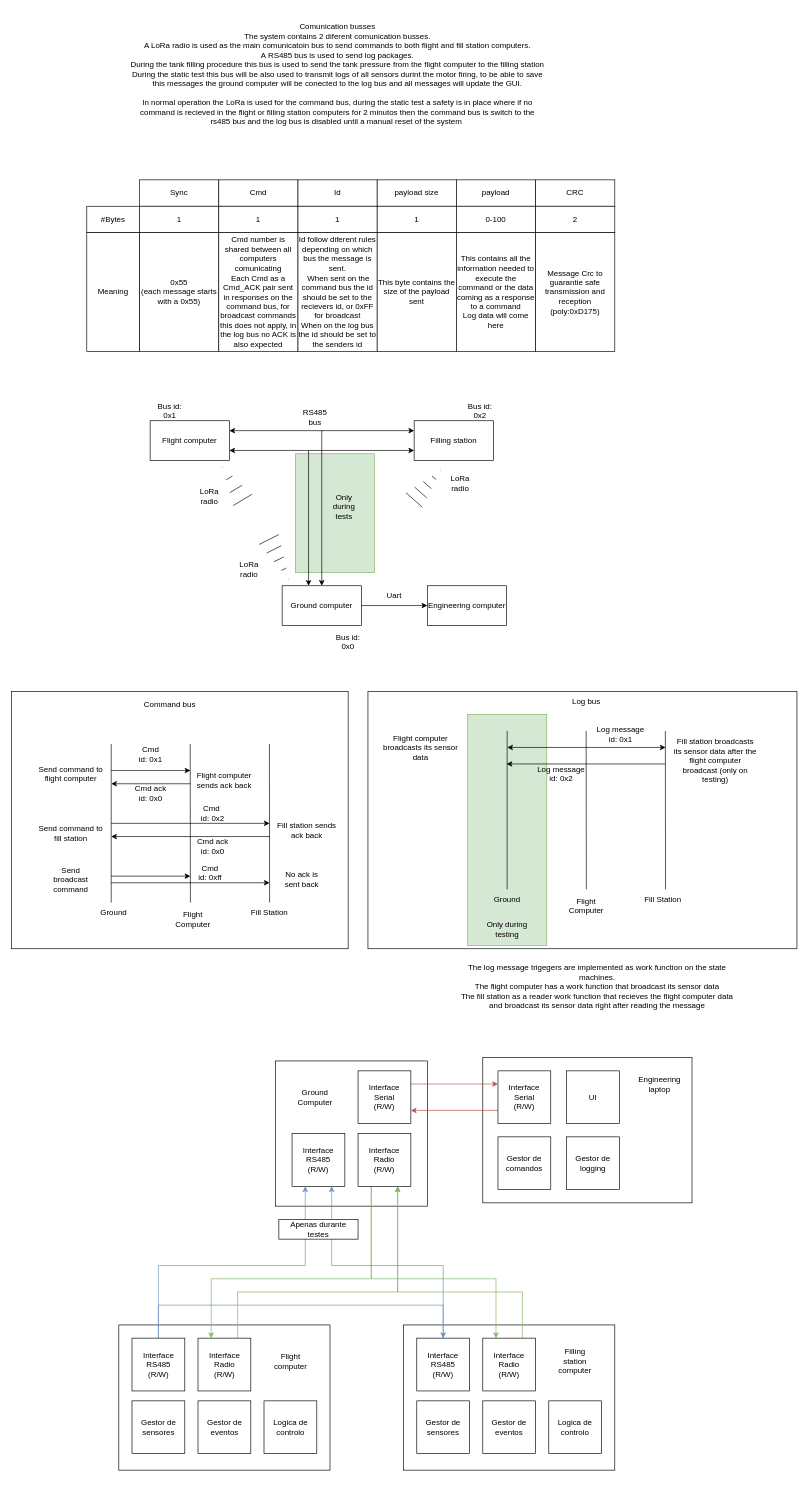
Earlier version of the draw.io diagram page "Fluxo" (2 of 6) of SupportingDocs/EmbededT1.drawio (dvalnn/INV2_Firmware). Source tidied: cells renumbered, new cells numbered last; positions are measured from the earlier drawing's top-left corner, leaving out a move shared by most shapes. Both pictures are drawn from the tidied source at 66%, with x=0, y=0 at pixel (11, 11).
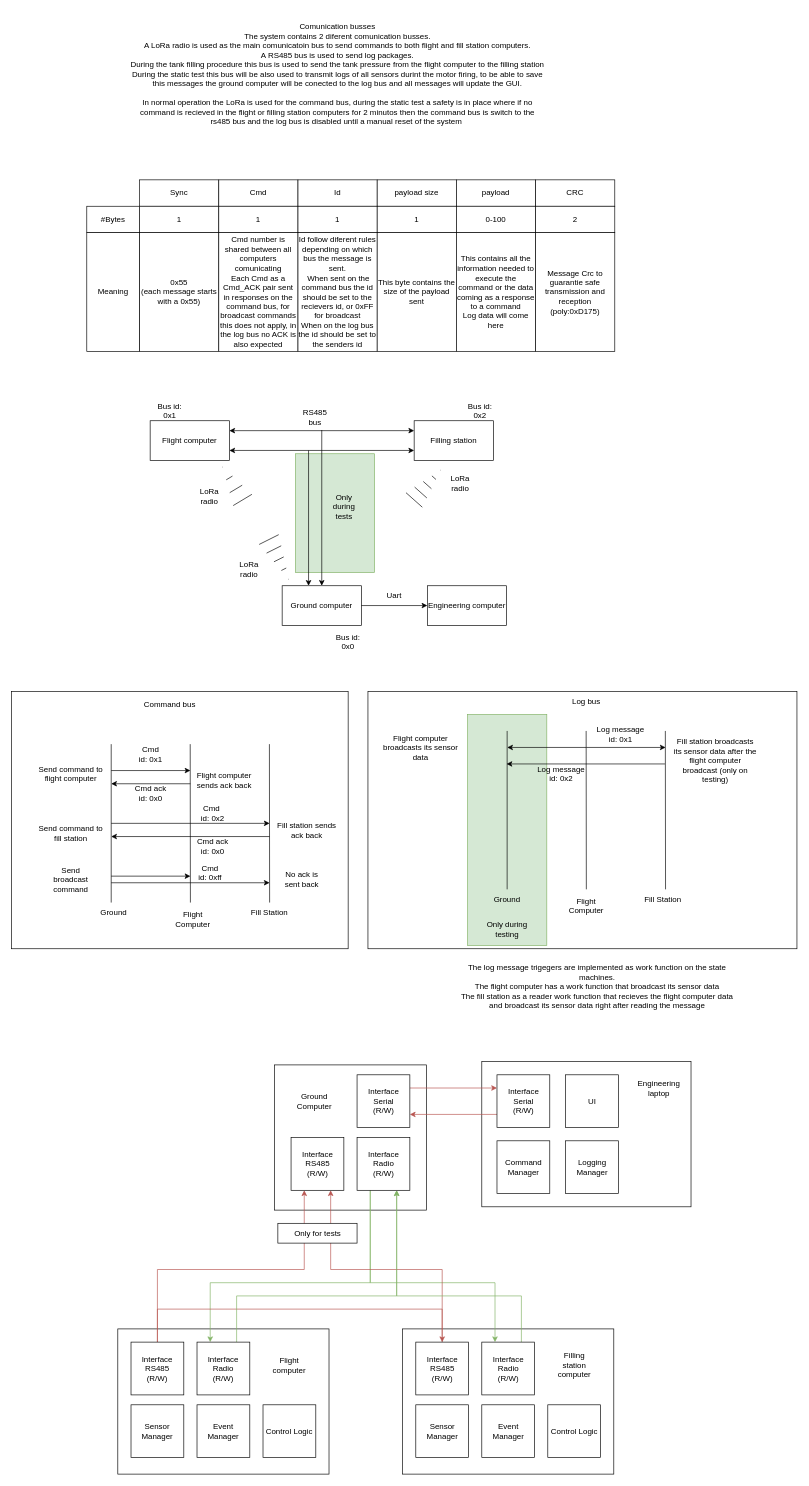
The same page after the edit.

Change to the diagram source:
```diff
@@
     <mxCell id="2" style="rounded=0;whiteSpace=wrap;html=1;" parent="1" vertex="1">
-      <mxGeometry x="714" y="1585" width="317" height="220" as="geometry" />
+      <mxGeometry x="712.5" y="1591" width="317" height="220" as="geometry" />
     </mxCell>
     <mxCell id="3" style="rounded=0;whiteSpace=wrap;html=1;" parent="1" vertex="1">
-      <mxGeometry x="594" y="1990" width="320" height="220" as="geometry" />
+      <mxGeometry x="592.5" y="1996" width="320" height="220" as="geometry" />
     </mxCell>
     <mxCell id="4" style="rounded=0;whiteSpace=wrap;html=1;" parent="1" vertex="1">
-      <mxGeometry x="162.5" y="1990" width="320" height="220" as="geometry" />
+      <mxGeometry x="161" y="1996" width="320" height="220" as="geometry" />
     </mxCell>
@@
     <mxCell id="91" style="rounded=0;whiteSpace=wrap;html=1;" parent="1" vertex="1">
-      <mxGeometry x="400" y="1590" width="230" height="220" as="geometry" />
+      <mxGeometry x="398.5" y="1596" width="230" height="220" as="geometry" />
     </mxCell>
     <mxCell id="92" value="Ground Computer" style="text;html=1;align=center;verticalAlign=middle;whiteSpace=wrap;rounded=0;" parent="1" vertex="1">
-      <mxGeometry x="430" y="1630" width="60" height="30" as="geometry" />
+      <mxGeometry x="428.5" y="1636" width="60" height="30" as="geometry" />
     </mxCell>
     <mxCell id="93" value="UI" style="whiteSpace=wrap;html=1;" parent="1" vertex="1">
-      <mxGeometry x="841" y="1605" width="80" height="80" as="geometry" />
+      <mxGeometry x="839.5" y="1611" width="80" height="80" as="geometry" />
     </mxCell>
-    <mxCell id="94" value="Gestor de comandos" style="whiteSpace=wrap;html=1;" parent="1" vertex="1">
-      <mxGeometry x="737" y="1705" width="80" height="80" as="geometry" />
+    <mxCell id="94" value="Command Manager" style="whiteSpace=wrap;html=1;" parent="1" vertex="1">
+      <mxGeometry x="735.5" y="1711" width="80" height="80" as="geometry" />
     </mxCell>
-    <mxCell id="95" value="Gestor de logging" style="whiteSpace=wrap;html=1;" parent="1" vertex="1">
-      <mxGeometry x="841" y="1705" width="80" height="80" as="geometry" />
+    <mxCell id="95" value="Logging Manager" style="whiteSpace=wrap;html=1;" parent="1" vertex="1">
+      <mxGeometry x="839.5" y="1711" width="80" height="80" as="geometry" />
     </mxCell>
     <mxCell id="96" value="Interface RS485&lt;br&gt;(R/W)" style="whiteSpace=wrap;html=1;" parent="1" vertex="1">
-      <mxGeometry x="425" y="1700" width="80" height="80" as="geometry" />
+      <mxGeometry x="423.5" y="1706" width="80" height="80" as="geometry" />
     </mxCell>
     <mxCell id="97" style="edgeStyle=orthogonalEdgeStyle;rounded=0;jettySize=auto;html=1;exitX=0.25;exitY=1;exitDx=0;exitDy=0;entryX=0.25;entryY=0;entryDx=0;entryDy=0;fillColor=#d5e8d4;strokeColor=#82b366;" parent="1" edge="1" source="99" target="104">
       <mxGeometry relative="1" as="geometry">
         <Array as="points">
-          <mxPoint x="545" y="1920" />
-          <mxPoint x="303" y="1920" />
+          <mxPoint x="543.5" y="1926" />
+          <mxPoint x="301.5" y="1926" />
         </Array>
       </mxGeometry>
     </mxCell>
     <mxCell id="98" style="edgeStyle=orthogonalEdgeStyle;rounded=0;jettySize=auto;html=1;exitX=0.25;exitY=1;exitDx=0;exitDy=0;entryX=0.25;entryY=0;entryDx=0;entryDy=0;fillColor=#d5e8d4;strokeColor=#82b366;" parent="1" edge="1" source="99" target="114">
       <mxGeometry relative="1" as="geometry">
         <Array as="points">
-          <mxPoint x="545" y="1920" />
-          <mxPoint x="734" y="1920" />
+          <mxPoint x="543.5" y="1926" />
+          <mxPoint x="732.5" y="1926" />
         </Array>
       </mxGeometry>
     </mxCell>
     <mxCell id="99" value="Interface Radio&lt;br&gt;(R/W)" style="whiteSpace=wrap;html=1;" parent="1" vertex="1">
-      <mxGeometry x="525" y="1700" width="80" height="80" as="geometry" />
+      <mxGeometry x="523.5" y="1706" width="80" height="80" as="geometry" />
     </mxCell>
-    <mxCell id="100" style="edgeStyle=orthogonalEdgeStyle;rounded=0;jettySize=auto;html=1;exitX=0.5;exitY=0;exitDx=0;exitDy=0;entryX=0.5;entryY=0;entryDx=0;entryDy=0;fillColor=#dae8fc;strokeColor=#6c8ebf;" parent="1" edge="1" source="102" target="112">
+    <mxCell id="100" style="edgeStyle=orthogonalEdgeStyle;rounded=0;jettySize=auto;html=1;exitX=0.5;exitY=0;exitDx=0;exitDy=0;entryX=0.5;entryY=0;entryDx=0;entryDy=0;fillColor=#f8cecc;strokeColor=#b85450;" parent="1" edge="1" source="102" target="112">
       <mxGeometry relative="1" as="geometry">
         <Array as="points">
-          <mxPoint x="223" y="1960" />
-          <mxPoint x="654" y="1960" />
+          <mxPoint x="221.5" y="1966" />
+          <mxPoint x="652.5" y="1966" />
         </Array>
       </mxGeometry>
     </mxCell>
-    <mxCell id="101" style="edgeStyle=orthogonalEdgeStyle;rounded=0;jettySize=auto;html=1;exitX=0.5;exitY=0;exitDx=0;exitDy=0;entryX=0.25;entryY=1;entryDx=0;entryDy=0;fillColor=#dae8fc;strokeColor=#6c8ebf;" parent="1" edge="1" source="102" target="96">
+    <mxCell id="101" style="edgeStyle=orthogonalEdgeStyle;rounded=0;jettySize=auto;html=1;exitX=0.5;exitY=0;exitDx=0;exitDy=0;entryX=0.25;entryY=1;entryDx=0;entryDy=0;fillColor=#f8cecc;strokeColor=#b85450;" parent="1" edge="1" source="102" target="96">
       <mxGeometry relative="1" as="geometry">
         <Array as="points">
-          <mxPoint x="223" y="1900" />
-          <mxPoint x="445" y="1900" />
+          <mxPoint x="221.5" y="1906" />
+          <mxPoint x="443.5" y="1906" />
         </Array>
       </mxGeometry>
     </mxCell>
     <mxCell id="102" value="Interface RS485&lt;br&gt;(R/W)" style="whiteSpace=wrap;html=1;" parent="1" vertex="1">
-      <mxGeometry x="182.5" y="2010" width="80" height="80" as="geometry" />
+      <mxGeometry x="181" y="2016" width="80" height="80" as="geometry" />
     </mxCell>
     <mxCell id="103" style="edgeStyle=orthogonalEdgeStyle;rounded=0;jettySize=auto;html=1;exitX=0.75;exitY=0;exitDx=0;exitDy=0;entryX=0.75;entryY=1;entryDx=0;entryDy=0;fillColor=#d5e8d4;strokeColor=#82b366;" parent="1" edge="1" source="104" target="99">
       <mxGeometry relative="1" as="geometry">
         <Array as="points">
-          <mxPoint x="343" y="1940" />
-          <mxPoint x="585" y="1940" />
+          <mxPoint x="341.5" y="1946" />
+          <mxPoint x="583.5" y="1946" />
         </Array>
       </mxGeometry>
     </mxCell>
     <mxCell id="104" value="Interface Radio&lt;br&gt;(R/W)" style="whiteSpace=wrap;html=1;" parent="1" vertex="1">
-      <mxGeometry x="282.5" y="2010" width="80" height="80" as="geometry" />
+      <mxGeometry x="281" y="2016" width="80" height="80" as="geometry" />
     </mxCell>
     <mxCell id="105" value="Flight computer" style="text;html=1;align=center;verticalAlign=middle;whiteSpace=wrap;rounded=0;" parent="1" vertex="1">
-      <mxGeometry x="392.5" y="2030" width="60" height="30" as="geometry" />
+      <mxGeometry x="391" y="2036" width="60" height="30" as="geometry" />
     </mxCell>
-    <mxCell id="106" value="Gestor de eventos" style="whiteSpace=wrap;html=1;" parent="1" vertex="1">
-      <mxGeometry x="282.5" y="2105" width="80" height="80" as="geometry" />
+    <mxCell id="106" value="Event Manager" style="whiteSpace=wrap;html=1;" parent="1" vertex="1">
+      <mxGeometry x="281" y="2111" width="80" height="80" as="geometry" />
     </mxCell>
-    <mxCell id="107" value="Gestor de sensores" style="whiteSpace=wrap;html=1;" parent="1" vertex="1">
-      <mxGeometry x="182.5" y="2105" width="80" height="80" as="geometry" />
+    <mxCell id="107" value="Sensor Manager" style="whiteSpace=wrap;html=1;" parent="1" vertex="1">
+      <mxGeometry x="181" y="2111" width="80" height="80" as="geometry" />
     </mxCell>
-    <mxCell id="108" value="Logica de controlo" style="whiteSpace=wrap;html=1;" parent="1" vertex="1">
-      <mxGeometry x="382.5" y="2105" width="80" height="80" as="geometry" />
+    <mxCell id="108" value="Control Logic" style="whiteSpace=wrap;html=1;" parent="1" vertex="1">
+      <mxGeometry x="381" y="2111" width="80" height="80" as="geometry" />
     </mxCell>
@@
     <mxCell id="110" value="Interface Serial&lt;br&gt;(R/W)" style="whiteSpace=wrap;html=1;" parent="1" vertex="1">
-      <mxGeometry x="737" y="1605" width="80" height="80" as="geometry" />
+      <mxGeometry x="735.5" y="1611" width="80" height="80" as="geometry" />
     </mxCell>
-    <mxCell id="111" style="edgeStyle=orthogonalEdgeStyle;rounded=0;jettySize=auto;html=1;exitX=0.5;exitY=0;exitDx=0;exitDy=0;entryX=0.75;entryY=1;entryDx=0;entryDy=0;fillColor=#dae8fc;strokeColor=#6c8ebf;" parent="1" edge="1" source="112" target="96">
+    <mxCell id="111" style="edgeStyle=orthogonalEdgeStyle;rounded=0;jettySize=auto;html=1;exitX=0.5;exitY=0;exitDx=0;exitDy=0;entryX=0.75;entryY=1;entryDx=0;entryDy=0;fillColor=#f8cecc;strokeColor=#b85450;" parent="1" edge="1" source="112" target="96">
       <mxGeometry relative="1" as="geometry">
         <Array as="points">
-          <mxPoint x="654" y="1900" />
-          <mxPoint x="485" y="1900" />
+          <mxPoint x="652.5" y="1906" />
+          <mxPoint x="483.5" y="1906" />
         </Array>
       </mxGeometry>
     </mxCell>
     <mxCell id="112" value="Interface RS485&lt;br&gt;(R/W)" style="whiteSpace=wrap;html=1;" parent="1" vertex="1">
-      <mxGeometry x="614" y="2010" width="80" height="80" as="geometry" />
+      <mxGeometry x="612.5" y="2016" width="80" height="80" as="geometry" />
     </mxCell>
     <mxCell id="113" style="edgeStyle=orthogonalEdgeStyle;rounded=0;jettySize=auto;html=1;exitX=0.75;exitY=0;exitDx=0;exitDy=0;entryX=0.75;entryY=1;entryDx=0;entryDy=0;fillColor=#d5e8d4;strokeColor=#82b366;" parent="1" edge="1" source="114" target="99">
       <mxGeometry relative="1" as="geometry">
         <Array as="points">
-          <mxPoint x="774" y="1940" />
-          <mxPoint x="585" y="1940" />
+          <mxPoint x="772.5" y="1946" />
+          <mxPoint x="583.5" y="1946" />
         </Array>
       </mxGeometry>
     </mxCell>
     <mxCell id="114" value="Interface Radio&lt;br&gt;(R/W)" style="whiteSpace=wrap;html=1;" parent="1" vertex="1">
-      <mxGeometry x="714" y="2010" width="80" height="80" as="geometry" />
+      <mxGeometry x="712.5" y="2016" width="80" height="80" as="geometry" />
     </mxCell>
     <mxCell id="115" value="Filling station&lt;br&gt;computer" style="text;html=1;align=center;verticalAlign=middle;whiteSpace=wrap;rounded=0;" parent="1" vertex="1">
-      <mxGeometry x="824" y="2030" width="60" height="30" as="geometry" />
+      <mxGeometry x="822.5" y="2036" width="60" height="30" as="geometry" />
     </mxCell>
-    <mxCell id="116" value="Gestor de eventos" style="whiteSpace=wrap;html=1;" parent="1" vertex="1">
-      <mxGeometry x="714" y="2105" width="80" height="80" as="geometry" />
+    <mxCell id="116" value="Event Manager" style="whiteSpace=wrap;html=1;" parent="1" vertex="1">
+      <mxGeometry x="712.5" y="2111" width="80" height="80" as="geometry" />
     </mxCell>
-    <mxCell id="117" value="Gestor de sensores" style="whiteSpace=wrap;html=1;" parent="1" vertex="1">
-      <mxGeometry x="614" y="2105" width="80" height="80" as="geometry" />
+    <mxCell id="117" value="Sensor Manager" style="whiteSpace=wrap;html=1;" parent="1" vertex="1">
+      <mxGeometry x="612.5" y="2111" width="80" height="80" as="geometry" />
     </mxCell>
-    <mxCell id="118" value="Logica de controlo" style="whiteSpace=wrap;html=1;" parent="1" vertex="1">
-      <mxGeometry x="814" y="2105" width="80" height="80" as="geometry" />
+    <mxCell id="118" value="Control Logic" style="whiteSpace=wrap;html=1;" parent="1" vertex="1">
+      <mxGeometry x="812.5" y="2111" width="80" height="80" as="geometry" />
     </mxCell>
-    <mxCell id="119" value="Apenas durante testes" style="rounded=0;whiteSpace=wrap;html=1;" parent="1" vertex="1">
-      <mxGeometry x="405" y="1830" width="120" height="30" as="geometry" />
+    <mxCell id="119" value="Only for tests" style="rounded=0;whiteSpace=wrap;html=1;" parent="1" vertex="1">
+      <mxGeometry x="403.5" y="1836" width="120" height="30" as="geometry" />
     </mxCell>
     <mxCell id="120" value="Engineering laptop" style="text;html=1;align=center;verticalAlign=middle;whiteSpace=wrap;rounded=0;" parent="1" vertex="1">
-      <mxGeometry x="952" y="1610" width="60" height="30" as="geometry" />
+      <mxGeometry x="950.5" y="1616" width="60" height="30" as="geometry" />
     </mxCell>
@@
     <mxCell id="122" value="Interface Serial&lt;br&gt;(R/W)" style="whiteSpace=wrap;html=1;" parent="1" vertex="1">
-      <mxGeometry x="525" y="1605" width="80" height="80" as="geometry" />
+      <mxGeometry x="523.5" y="1611" width="80" height="80" as="geometry" />
     </mxCell>
```
